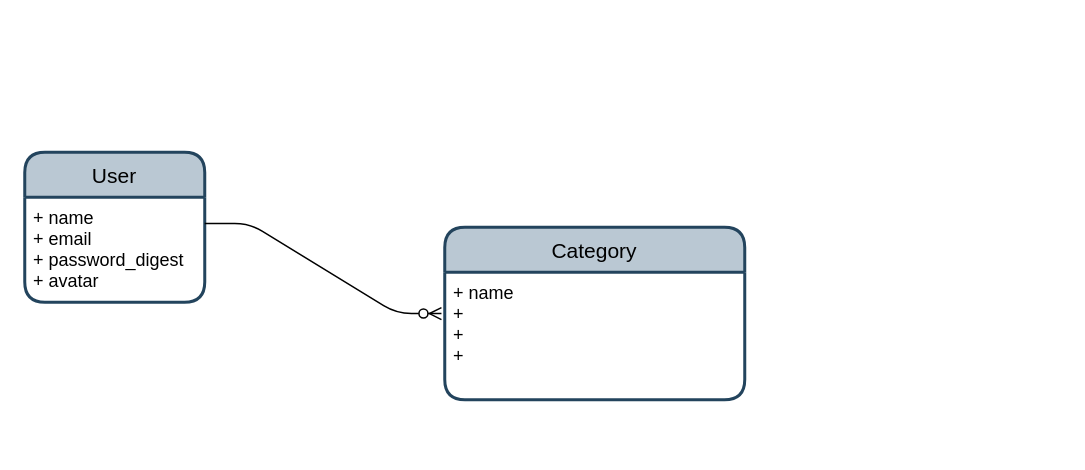
This is erd.drawio from fentybit/KnowItAll_backend, a draw.io file, before an edit. Source tidied: cells renumbered, new cells numbered last; positions are measured from the earlier drawing's top-left corner, leaving out a move shared by most shapes. Both pictures are drawn from the tidied source at 150%, with x=0, y=0 at pixel (24, 152).
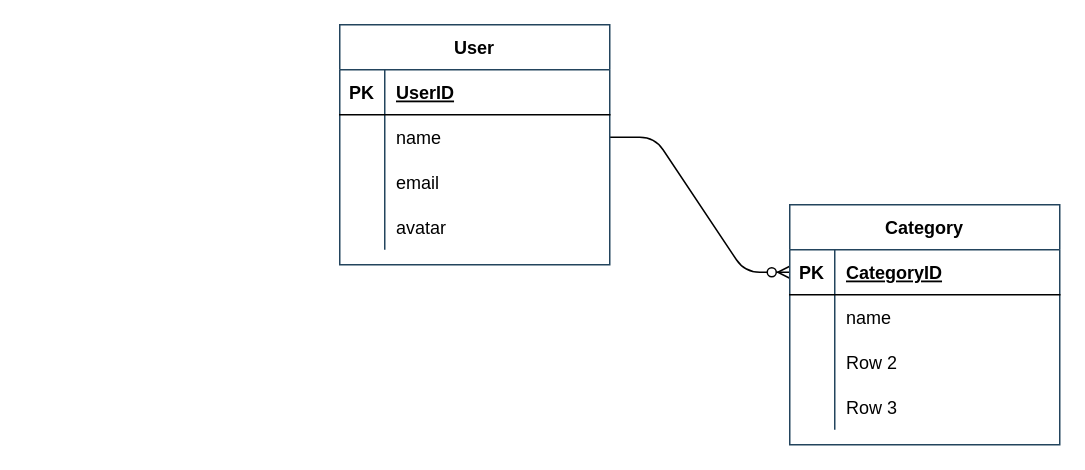
After the change.

Change to the diagram source:
```diff
@@
+    <mxCell id="6" style="edgeStyle=entityRelationEdgeStyle;fontSize=12;html=1;endArrow=ERzeroToMany;endFill=1;exitX=1;exitY=0.5;exitDx=0;exitDy=0;entryX=0;entryY=0.5;entryDx=0;entryDy=0;" parent="1" edge="1" source="10" target="19">
+      <mxGeometry relative="1" as="geometry" />
+    </mxCell>
-    <mxCell id="2" value="User" style="swimlane;horizontal=1;startSize=30;rounded=1;fontSize=14;fontStyle=0;strokeWidth=2;shadow=0;dashed=0;align=center;fillColor=#bac8d3;strokeColor=#23445D;" parent="1" vertex="1">
-      <mxGeometry width="120" height="100" as="geometry" />
+    <mxCell id="2" value="User" style="shape=table;startSize=30;childLayout=tableLayout;rowLines=0;fontStyle=1;align=center;strokeColor=#23445D;" parent="1" vertex="1">
+      <mxGeometry x="210" y="-85" width="180" height="160" as="geometry" />
     </mxCell>
-    <mxCell id="3" value="+ name&#10;+ email&#10;+ password_digest&#10;+ avatar" style="align=left;strokeColor=none;fillColor=none;spacingLeft=4;fontSize=12;verticalAlign=top;" parent="2" vertex="1">
-      <mxGeometry y="30" width="120" height="70" as="geometry" />
-    </mxCell>
+    <mxCell id="7" style="shape=partialRectangle;fillColor=none;top=0;left=0;bottom=1;right=0;" parent="2" vertex="1">
+      <mxGeometry y="30" width="180" height="30" as="geometry" />
+    </mxCell>
+    <mxCell id="8" value="PK" style="shape=partialRectangle;fillColor=none;top=0;left=0;bottom=0;right=0;fontStyle=1;overflow=hidden;" parent="7" vertex="1">
+      <mxGeometry width="30" height="30" as="geometry" />
+    </mxCell>
+    <mxCell id="9" value="UserID" style="shape=partialRectangle;fillColor=none;top=0;left=0;bottom=0;right=0;align=left;spacingLeft=6;fontStyle=5;overflow=hidden;" parent="7" vertex="1">
+      <mxGeometry x="30" width="150" height="30" as="geometry" />
+    </mxCell>
+    <mxCell id="10" style="shape=partialRectangle;fillColor=none;top=0;left=0;bottom=0;right=0;points=[[0,0.5],[1,0.5]];portConstraint=eastwest;" parent="2" vertex="1">
+      <mxGeometry y="60" width="180" height="30" as="geometry" />
+    </mxCell>
+    <mxCell id="11" style="shape=partialRectangle;fillColor=none;top=0;left=0;bottom=0;right=0;overflow=hidden;" parent="10" vertex="1">
+      <mxGeometry width="30" height="30" as="geometry" />
+    </mxCell>
+    <mxCell id="12" value="name" style="shape=partialRectangle;fillColor=none;top=0;left=0;bottom=0;right=0;align=left;spacingLeft=6;overflow=hidden;" parent="10" vertex="1">
+      <mxGeometry x="30" width="150" height="30" as="geometry" />
+    </mxCell>
+    <mxCell id="13" style="shape=partialRectangle;fillColor=none;top=0;left=0;bottom=0;right=0;" parent="2" vertex="1">
+      <mxGeometry y="90" width="180" height="30" as="geometry" />
+    </mxCell>
+    <mxCell id="14" style="shape=partialRectangle;fillColor=none;top=0;left=0;bottom=0;right=0;overflow=hidden;" parent="13" vertex="1">
+      <mxGeometry width="30" height="30" as="geometry" />
+    </mxCell>
+    <mxCell id="15" value="email" style="shape=partialRectangle;fillColor=none;top=0;left=0;bottom=0;right=0;align=left;spacingLeft=6;overflow=hidden;" parent="13" vertex="1">
+      <mxGeometry x="30" width="150" height="30" as="geometry" />
+    </mxCell>
+    <mxCell id="16" style="shape=partialRectangle;fillColor=none;top=0;left=0;bottom=0;right=0;" parent="2" vertex="1">
+      <mxGeometry y="120" width="180" height="30" as="geometry" />
+    </mxCell>
+    <mxCell id="17" style="shape=partialRectangle;fillColor=none;top=0;left=0;bottom=0;right=0;overflow=hidden;" parent="16" vertex="1">
+      <mxGeometry width="30" height="30" as="geometry" />
+    </mxCell>
+    <mxCell id="18" value="avatar" style="shape=partialRectangle;fillColor=none;top=0;left=0;bottom=0;right=0;align=left;spacingLeft=6;overflow=hidden;" parent="16" vertex="1">
+      <mxGeometry x="30" width="150" height="30" as="geometry" />
+    </mxCell>
-    <mxCell id="4" value="Category" style="swimlane;horizontal=1;startSize=30;rounded=1;fontSize=14;fontStyle=0;strokeWidth=2;shadow=0;dashed=0;align=center;fillColor=#bac8d3;strokeColor=#23445D;" parent="1" vertex="1">
-      <mxGeometry x="280" y="50" width="200" height="115" as="geometry" />
+    <mxCell id="4" value="Category" style="shape=table;startSize=30;childLayout=tableLayout;rowLines=0;fontStyle=1;align=center;strokeColor=#23445D;" parent="1" vertex="1">
+      <mxGeometry x="510" y="35" width="180" height="160" as="geometry" />
     </mxCell>
-    <mxCell id="5" value="+ name&#10;+ &#10;+ &#10;+ " style="align=left;strokeColor=none;fillColor=none;spacingLeft=4;fontSize=12;verticalAlign=top;" parent="4" vertex="1">
-      <mxGeometry y="30" width="200" height="85" as="geometry" />
-    </mxCell>
-    <mxCell id="6" style="edgeStyle=entityRelationEdgeStyle;fontSize=12;html=1;endArrow=ERzeroToMany;endFill=1;exitX=1;exitY=0.25;exitDx=0;exitDy=0;entryX=-0.011;entryY=0.324;entryDx=0;entryDy=0;entryPerimeter=0;" parent="1" edge="1" source="3" target="5">
-      <mxGeometry relative="1" as="geometry" />
-    </mxCell>
+    <mxCell id="19" style="shape=partialRectangle;fillColor=none;top=0;left=0;bottom=1;right=0;points=[[0,0.5],[1,0.5]];portConstraint=eastwest;" parent="4" vertex="1">
+      <mxGeometry y="30" width="180" height="30" as="geometry" />
+    </mxCell>
+    <mxCell id="20" value="PK" style="shape=partialRectangle;fillColor=none;top=0;left=0;bottom=0;right=0;fontStyle=1;overflow=hidden;" parent="19" vertex="1">
+      <mxGeometry width="30" height="30" as="geometry" />
+    </mxCell>
+    <mxCell id="21" value="CategoryID" style="shape=partialRectangle;fillColor=none;top=0;left=0;bottom=0;right=0;align=left;spacingLeft=6;fontStyle=5;overflow=hidden;" parent="19" vertex="1">
+      <mxGeometry x="30" width="150" height="30" as="geometry" />
+    </mxCell>
+    <mxCell id="22" style="shape=partialRectangle;fillColor=none;top=0;left=0;bottom=0;right=0;" parent="4" vertex="1">
+      <mxGeometry y="60" width="180" height="30" as="geometry" />
+    </mxCell>
+    <mxCell id="23" style="shape=partialRectangle;fillColor=none;top=0;left=0;bottom=0;right=0;overflow=hidden;" parent="22" vertex="1">
+      <mxGeometry width="30" height="30" as="geometry" />
+    </mxCell>
+    <mxCell id="24" value="name" style="shape=partialRectangle;fillColor=none;top=0;left=0;bottom=0;right=0;align=left;spacingLeft=6;overflow=hidden;" parent="22" vertex="1">
+      <mxGeometry x="30" width="150" height="30" as="geometry" />
+    </mxCell>
+    <mxCell id="25" style="shape=partialRectangle;fillColor=none;top=0;left=0;bottom=0;right=0;" parent="4" vertex="1">
+      <mxGeometry y="90" width="180" height="30" as="geometry" />
+    </mxCell>
+    <mxCell id="26" style="shape=partialRectangle;fillColor=none;top=0;left=0;bottom=0;right=0;overflow=hidden;" parent="25" vertex="1">
+      <mxGeometry width="30" height="30" as="geometry" />
+    </mxCell>
+    <mxCell id="27" value="Row 2" style="shape=partialRectangle;fillColor=none;top=0;left=0;bottom=0;right=0;align=left;spacingLeft=6;overflow=hidden;" parent="25" vertex="1">
+      <mxGeometry x="30" width="150" height="30" as="geometry" />
+    </mxCell>
+    <mxCell id="28" style="shape=partialRectangle;fillColor=none;top=0;left=0;bottom=0;right=0;" parent="4" vertex="1">
+      <mxGeometry y="120" width="180" height="30" as="geometry" />
+    </mxCell>
+    <mxCell id="29" style="shape=partialRectangle;fillColor=none;top=0;left=0;bottom=0;right=0;overflow=hidden;" parent="28" vertex="1">
+      <mxGeometry width="30" height="30" as="geometry" />
+    </mxCell>
+    <mxCell id="30" value="Row 3" style="shape=partialRectangle;fillColor=none;top=0;left=0;bottom=0;right=0;align=left;spacingLeft=6;overflow=hidden;" parent="28" vertex="1">
+      <mxGeometry x="30" width="150" height="30" as="geometry" />
+    </mxCell>
```
